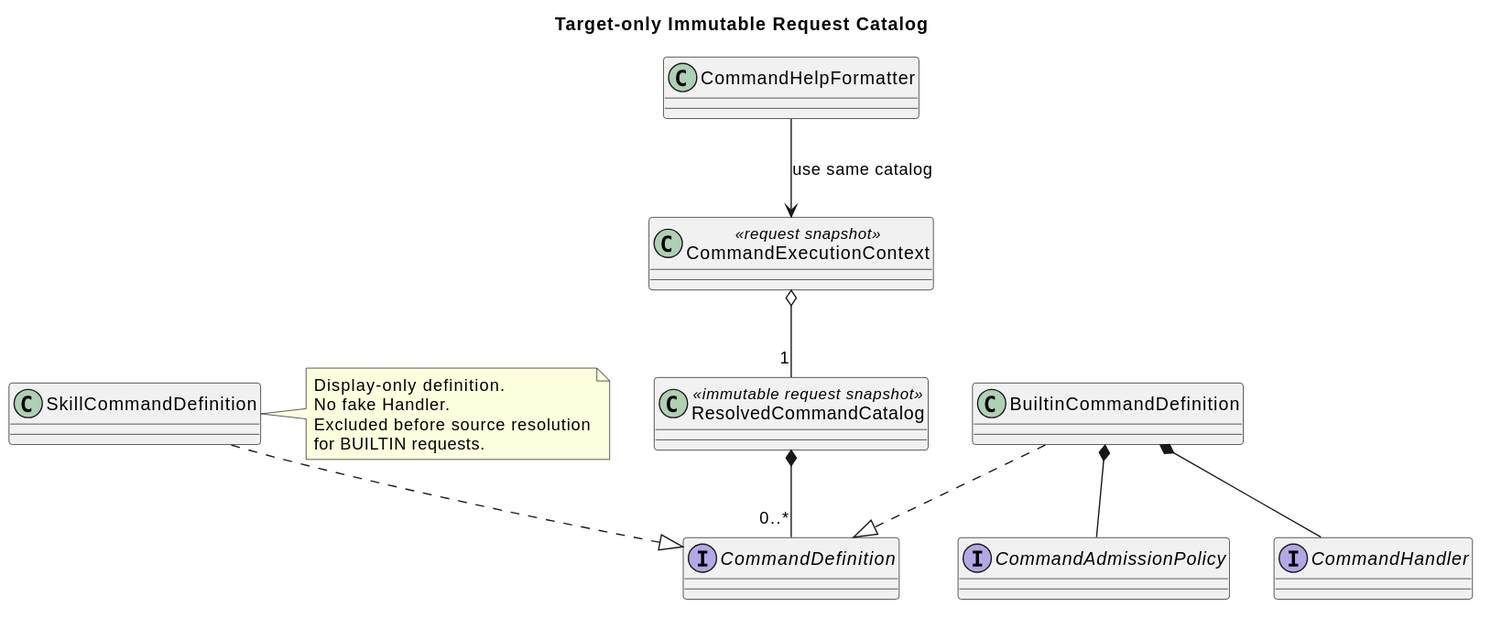
Earlier version of the PlantUML export 04-命令与技能/00-Slash-Command通用模块/设计图/target_command_resolution_classes.svg (ssm0808/pi-mono-java-design).
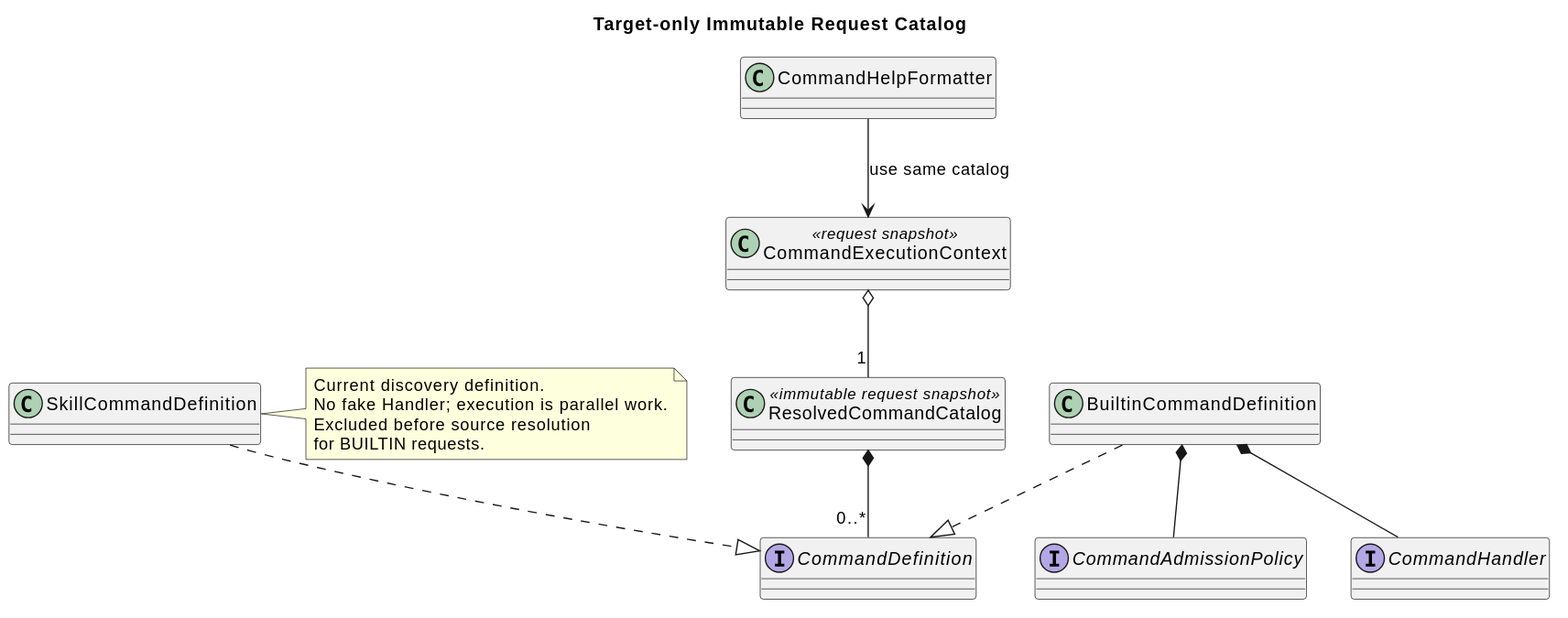
Later version of the same file.

Diff of the diagram source:
```diff
@@ -17,8 +17,8 @@
 CommandExecutionContext o-- "1" ResolvedCommandCatalog
 CommandHelpFormatter --> CommandExecutionContext : use same catalog
 note right of SkillCommandDefinition
-Display-only definition.
-No fake Handler.
+Current discovery definition.
+No fake Handler; execution is parallel work.
 Excluded before source resolution
 for BUILTIN requests.
 end note
```
